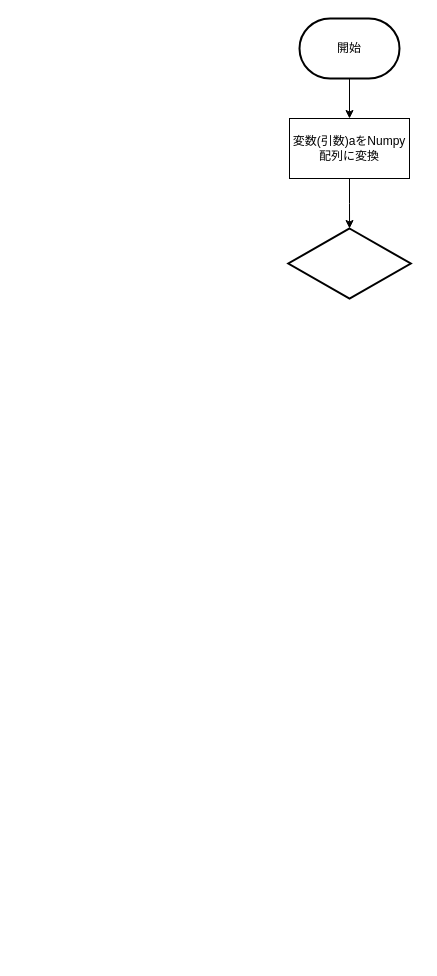
This is numpy_fft.drawio from mochihisa/themed_research, a draw.io file, before an edit. Source tidied: cells renumbered, new cells numbered last; positions are measured from the earlier drawing's top-left corner, leaving out a move shared by most shapes. Both pictures are drawn from the tidied source at 100%, with x=0, y=0 at pixel (288, 18).
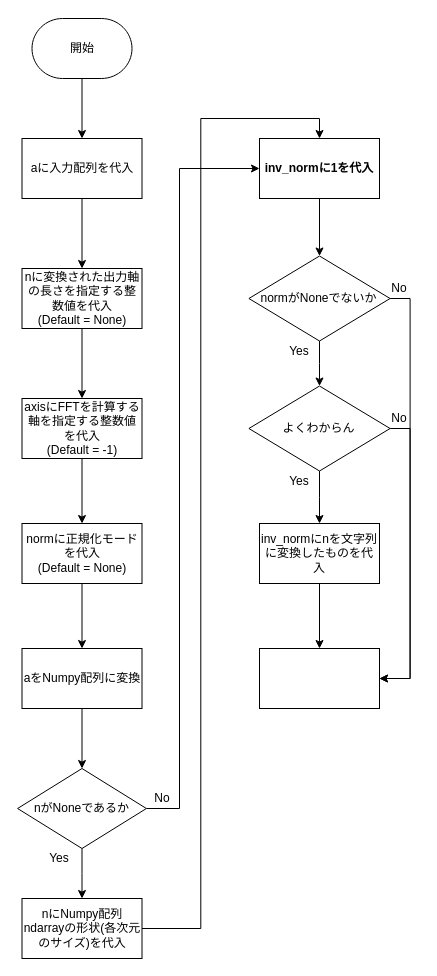
Above is the later version.

Commit message (it also covers changes not shown here):
numpy_fft.drawio を更新します

Change to the diagram source:
```diff
@@
-    <mxCell id="2" style="edgeStyle=orthogonalEdgeStyle;rounded=0;jettySize=auto;html=1;entryX=0.5;entryY=0;entryDx=0;entryDy=0;" parent="1" edge="1" source="3" target="5">
-      <mxGeometry relative="1" as="geometry" />
-    </mxCell>
+    <mxCell id="7" style="edgeStyle=orthogonalEdgeStyle;rounded=0;jettySize=auto;html=1;entryX=0.5;entryY=0;entryDx=0;entryDy=0;strokeWidth=1;" parent="1" edge="1" source="3" target="11">
+      <mxGeometry relative="1" as="geometry" />
+    </mxCell>
-    <mxCell id="3" value="開始" style="strokeWidth=2;html=1;shape=mxgraph.flowchart.terminator;whiteSpace=wrap;align=center;" parent="1" vertex="1">
-      <mxGeometry x="11" width="100" height="60" as="geometry" />
+    <mxCell id="3" value="開始" style="strokeWidth=1;html=1;shape=mxgraph.flowchart.terminator;whiteSpace=wrap;align=center;" parent="1" vertex="1">
+      <mxGeometry x="-256.5" width="100" height="60" as="geometry" />
     </mxCell>
-    <mxCell id="4" style="edgeStyle=orthogonalEdgeStyle;rounded=0;jettySize=auto;html=1;entryX=0.5;entryY=0;entryDx=0;entryDy=0;entryPerimeter=0;" parent="1" edge="1" source="5" target="6">
+    <mxCell id="4" style="edgeStyle=orthogonalEdgeStyle;rounded=0;jettySize=auto;html=1;entryX=0.5;entryY=0;entryDx=0;entryDy=0;entryPerimeter=0;strokeWidth=1;" parent="1" edge="1" source="5" target="6">
       <mxGeometry relative="1" as="geometry" />
     </mxCell>
-    <mxCell id="5" value="変数(引数)aをNumpy配列に変換" style="rounded=0;whiteSpace=wrap;html=1;" parent="1" vertex="1">
-      <mxGeometry x="1" y="100" width="120" height="60" as="geometry" />
+    <mxCell id="5" value="aをNumpy配列に変換" style="rounded=0;whiteSpace=wrap;html=1;strokeWidth=1;" parent="1" vertex="1">
+      <mxGeometry x="-266.5" y="630" width="120" height="60" as="geometry" />
     </mxCell>
+    <mxCell id="8" style="edgeStyle=orthogonalEdgeStyle;rounded=0;jettySize=auto;html=1;entryX=0.5;entryY=0;entryDx=0;entryDy=0;strokeWidth=1;" parent="1" edge="1" source="6" target="19">
+      <mxGeometry relative="1" as="geometry" />
+    </mxCell>
+    <mxCell id="9" style="edgeStyle=orthogonalEdgeStyle;rounded=0;jettySize=auto;html=1;entryX=0;entryY=0.5;entryDx=0;entryDy=0;strokeWidth=1;" parent="1" edge="1" source="6" target="22">
+      <mxGeometry relative="1" as="geometry">
+        <Array as="points">
+          <mxPoint x="-109" y="790" />
+          <mxPoint x="-109" y="150" />
+        </Array>
+      </mxGeometry>
+    </mxCell>
-    <mxCell id="6" style="strokeWidth=2;html=1;shape=mxgraph.flowchart.decision;whiteSpace=wrap;align=center;" parent="1" vertex="1">
-      <mxGeometry x="-0.2" y="210" width="122.5" height="70" as="geometry" />
+    <mxCell id="6" value="nがNoneであるか" style="strokeWidth=1;html=1;shape=mxgraph.flowchart.decision;whiteSpace=wrap;align=center;" parent="1" vertex="1">
+      <mxGeometry x="-270.9" y="750" width="128.8" height="80" as="geometry" />
     </mxCell>
+    <mxCell id="10" style="edgeStyle=orthogonalEdgeStyle;rounded=0;jettySize=auto;html=1;entryX=0.5;entryY=0;entryDx=0;entryDy=0;strokeWidth=1;" parent="1" edge="1" source="11" target="13">
+      <mxGeometry relative="1" as="geometry" />
+    </mxCell>
+    <mxCell id="11" value="aに入力配列を代入" style="rounded=0;whiteSpace=wrap;html=1;align=center;strokeWidth=1;" parent="1" vertex="1">
+      <mxGeometry x="-266.5" y="120" width="120" height="60" as="geometry" />
+    </mxCell>
+    <mxCell id="12" style="edgeStyle=orthogonalEdgeStyle;rounded=0;jettySize=auto;html=1;entryX=0.5;entryY=0;entryDx=0;entryDy=0;strokeWidth=1;" parent="1" edge="1" source="13" target="15">
+      <mxGeometry relative="1" as="geometry" />
+    </mxCell>
+    <mxCell id="13" value="nに変換された出力軸の長さを指定する整数値を代入&lt;br&gt;(Default = None)" style="rounded=0;whiteSpace=wrap;html=1;align=center;strokeWidth=1;" parent="1" vertex="1">
+      <mxGeometry x="-266.5" y="250" width="120" height="60" as="geometry" />
+    </mxCell>
+    <mxCell id="14" style="edgeStyle=orthogonalEdgeStyle;rounded=0;jettySize=auto;html=1;entryX=0.5;entryY=0;entryDx=0;entryDy=0;strokeWidth=1;" parent="1" edge="1" source="15" target="17">
+      <mxGeometry relative="1" as="geometry" />
+    </mxCell>
+    <mxCell id="15" value="axisにFFTを計算する軸を指定する整数値を代入&lt;br&gt;(Default = -1)" style="rounded=0;whiteSpace=wrap;html=1;align=center;strokeWidth=1;" parent="1" vertex="1">
+      <mxGeometry x="-266.5" y="380" width="120" height="60" as="geometry" />
+    </mxCell>
+    <mxCell id="16" style="edgeStyle=orthogonalEdgeStyle;rounded=0;jettySize=auto;html=1;entryX=0.5;entryY=0;entryDx=0;entryDy=0;strokeWidth=1;" parent="1" edge="1" source="17" target="5">
+      <mxGeometry relative="1" as="geometry" />
+    </mxCell>
+    <mxCell id="17" value="normに正規化モードを代入&lt;br&gt;(Default = None)" style="rounded=0;whiteSpace=wrap;html=1;align=center;strokeWidth=1;" parent="1" vertex="1">
+      <mxGeometry x="-266.5" y="505" width="120" height="60" as="geometry" />
+    </mxCell>
+    <mxCell id="18" style="edgeStyle=orthogonalEdgeStyle;rounded=0;jettySize=auto;html=1;entryX=0.5;entryY=0;entryDx=0;entryDy=0;strokeWidth=1;" parent="1" edge="1" source="19" target="22">
+      <mxGeometry relative="1" as="geometry" />
+    </mxCell>
+    <mxCell id="19" value="nにNumpy配列ndarrayの形状(各次元のサイズ)を代入" style="rounded=0;whiteSpace=wrap;html=1;align=center;strokeWidth=1;" parent="1" vertex="1">
+      <mxGeometry x="-266.5" y="880" width="120" height="60" as="geometry" />
+    </mxCell>
+    <mxCell id="20" value="Yes" style="text;html=1;strokeColor=none;fillColor=none;align=center;verticalAlign=middle;whiteSpace=wrap;rounded=0;strokeWidth=1;" parent="1" vertex="1">
+      <mxGeometry x="-249" y="830" width="40" height="20" as="geometry" />
+    </mxCell>
+    <mxCell id="21" style="edgeStyle=orthogonalEdgeStyle;rounded=0;jettySize=auto;html=1;entryX=0.5;entryY=0;entryDx=0;entryDy=0;entryPerimeter=0;strokeWidth=1;" parent="1" edge="1" source="22" target="25">
+      <mxGeometry relative="1" as="geometry" />
+    </mxCell>
+    <mxCell id="22" value="&lt;b&gt;inv_normに1を代入&lt;/b&gt;" style="rounded=0;whiteSpace=wrap;html=1;align=center;strokeWidth=1;" parent="1" vertex="1">
+      <mxGeometry x="-29" y="120" width="120" height="60" as="geometry" />
+    </mxCell>
+    <mxCell id="23" style="edgeStyle=orthogonalEdgeStyle;rounded=0;jettySize=auto;html=1;strokeWidth=1;" parent="1" edge="1" source="25" target="28">
+      <mxGeometry relative="1" as="geometry" />
+    </mxCell>
+    <mxCell id="24" style="edgeStyle=orthogonalEdgeStyle;rounded=0;jettySize=auto;html=1;exitX=1;exitY=0.5;exitDx=0;exitDy=0;exitPerimeter=0;entryX=1;entryY=0.5;entryDx=0;entryDy=0;strokeWidth=1;" parent="1" edge="1" source="25" target="36">
+      <mxGeometry relative="1" as="geometry" />
+    </mxCell>
+    <mxCell id="25" value="normがNoneでないか" style="strokeWidth=1;html=1;shape=mxgraph.flowchart.decision;whiteSpace=wrap;align=center;" parent="1" vertex="1">
+      <mxGeometry x="-39.6" y="237.5" width="141.2" height="85" as="geometry" />
+    </mxCell>
+    <mxCell id="26" style="edgeStyle=orthogonalEdgeStyle;rounded=0;jettySize=auto;html=1;entryX=0.5;entryY=0;entryDx=0;entryDy=0;strokeWidth=1;" parent="1" edge="1" source="28" target="32">
+      <mxGeometry relative="1" as="geometry" />
+    </mxCell>
+    <mxCell id="27" style="edgeStyle=orthogonalEdgeStyle;rounded=0;jettySize=auto;html=1;exitX=1;exitY=0.5;exitDx=0;exitDy=0;exitPerimeter=0;entryX=1;entryY=0.5;entryDx=0;entryDy=0;strokeWidth=1;" parent="1" edge="1" source="28" target="36">
+      <mxGeometry relative="1" as="geometry" />
+    </mxCell>
+    <mxCell id="28" value="よくわからん" style="strokeWidth=1;html=1;shape=mxgraph.flowchart.decision;whiteSpace=wrap;align=center;" parent="1" vertex="1">
+      <mxGeometry x="-39.6" y="367.5" width="141.2" height="85" as="geometry" />
+    </mxCell>
+    <mxCell id="29" value="Yes" style="text;html=1;strokeColor=none;fillColor=none;align=center;verticalAlign=middle;whiteSpace=wrap;rounded=0;strokeWidth=1;" parent="1" vertex="1">
+      <mxGeometry x="-9" y="322.5" width="40" height="20" as="geometry" />
+    </mxCell>
+    <mxCell id="30" value="Yes" style="text;html=1;strokeColor=none;fillColor=none;align=center;verticalAlign=middle;whiteSpace=wrap;rounded=0;strokeWidth=1;" parent="1" vertex="1">
+      <mxGeometry x="-9" y="452.5" width="40" height="20" as="geometry" />
+    </mxCell>
+    <mxCell id="31" style="edgeStyle=orthogonalEdgeStyle;rounded=0;jettySize=auto;html=1;strokeWidth=1;" parent="1" edge="1" source="32" target="36">
+      <mxGeometry relative="1" as="geometry" />
+    </mxCell>
+    <mxCell id="32" value="inv_normにnを文字列に変換したものを代入" style="rounded=0;whiteSpace=wrap;html=1;align=center;strokeWidth=1;" parent="1" vertex="1">
+      <mxGeometry x="-29" y="505" width="120" height="60" as="geometry" />
+    </mxCell>
+    <mxCell id="33" value="No" style="text;html=1;strokeColor=none;fillColor=none;align=center;verticalAlign=middle;whiteSpace=wrap;rounded=0;strokeWidth=1;" parent="1" vertex="1">
+      <mxGeometry x="-146.5" y="770" width="40" height="20" as="geometry" />
+    </mxCell>
+    <mxCell id="34" value="No" style="text;html=1;strokeColor=none;fillColor=none;align=center;verticalAlign=middle;whiteSpace=wrap;rounded=0;strokeWidth=1;" parent="1" vertex="1">
+      <mxGeometry x="91" y="260" width="40" height="20" as="geometry" />
+    </mxCell>
+    <mxCell id="35" value="No" style="text;html=1;strokeColor=none;fillColor=none;align=center;verticalAlign=middle;whiteSpace=wrap;rounded=0;strokeWidth=1;" parent="1" vertex="1">
+      <mxGeometry x="91" y="390" width="40" height="20" as="geometry" />
+    </mxCell>
+    <mxCell id="36" style="rounded=0;whiteSpace=wrap;html=1;strokeWidth=1;" parent="1" vertex="1">
+      <mxGeometry x="-29" y="630" width="120" height="60" as="geometry" />
+    </mxCell>
```
